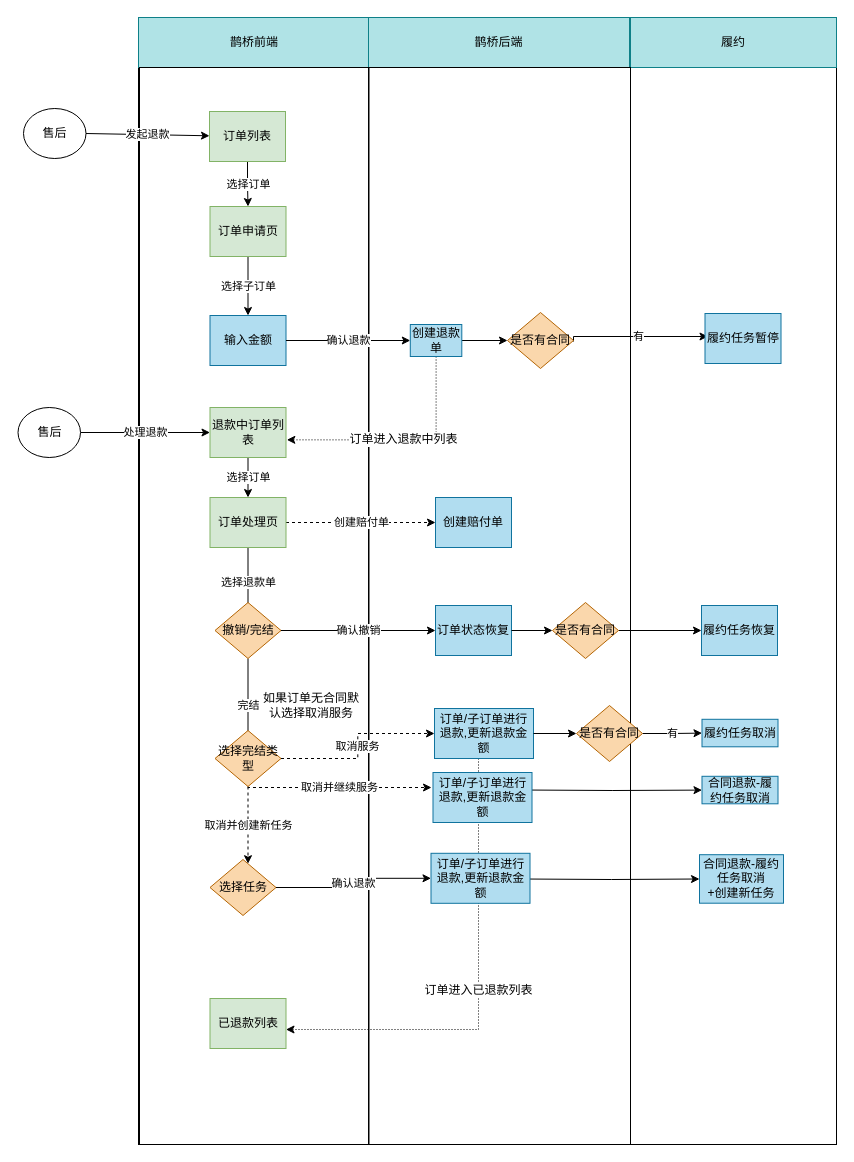
The draw.io diagram 退款流程.drawio in zhaoershuang/flow-chart, before the edit. Source tidied: cells renumbered, new cells numbered last; positions are measured from the earlier drawing's top-left corner, leaving out a move shared by most shapes. Both pictures are drawn from the tidied source at 100%, with x=0, y=0 at pixel (17, 17).
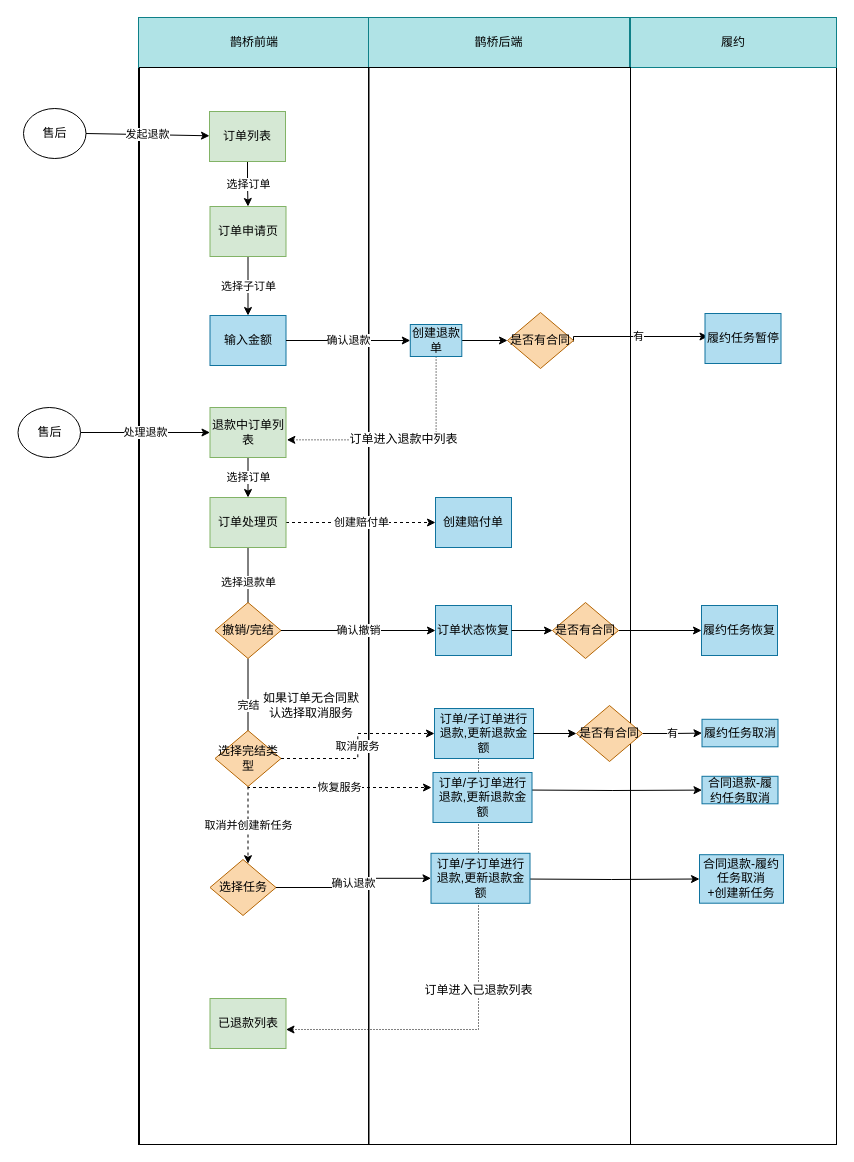
The same page after the edit.

Commit message:
更新退款流程.drawio

Unchanged cells that the change refers to:
```xml
<mxCell id="40" value="选择完结类型" style="rhombus;whiteSpace=wrap;html=1;fillColor=#fad7ac;strokeColor=#b46504;" parent="1" vertex="1">
  <mxGeometry x="197.5" y="713" width="66" height="56" as="geometry" />
</mxCell>
```

Diff of the diagram source:
```diff
@@
-<mxGraphModel>
+<mxGraphModel background="#ffffff">
@@
-    <mxCell id="38" value="取消并继续服务" style="edgeStyle=orthogonalEdgeStyle;rounded=0;jettySize=auto;html=1;dashed=1;" parent="1" edge="1" source="40">
+    <mxCell id="38" value="恢复服务" style="edgeStyle=orthogonalEdgeStyle;rounded=0;jettySize=auto;html=1;dashed=1;" parent="1" edge="1" source="40">
       <mxGeometry relative="1" as="geometry">
         <mxPoint x="414" y="770" as="targetPoint" />
         <Array as="points">
           <mxPoint x="231" y="770" />
         </Array>
       </mxGeometry>
     </mxCell>
```
